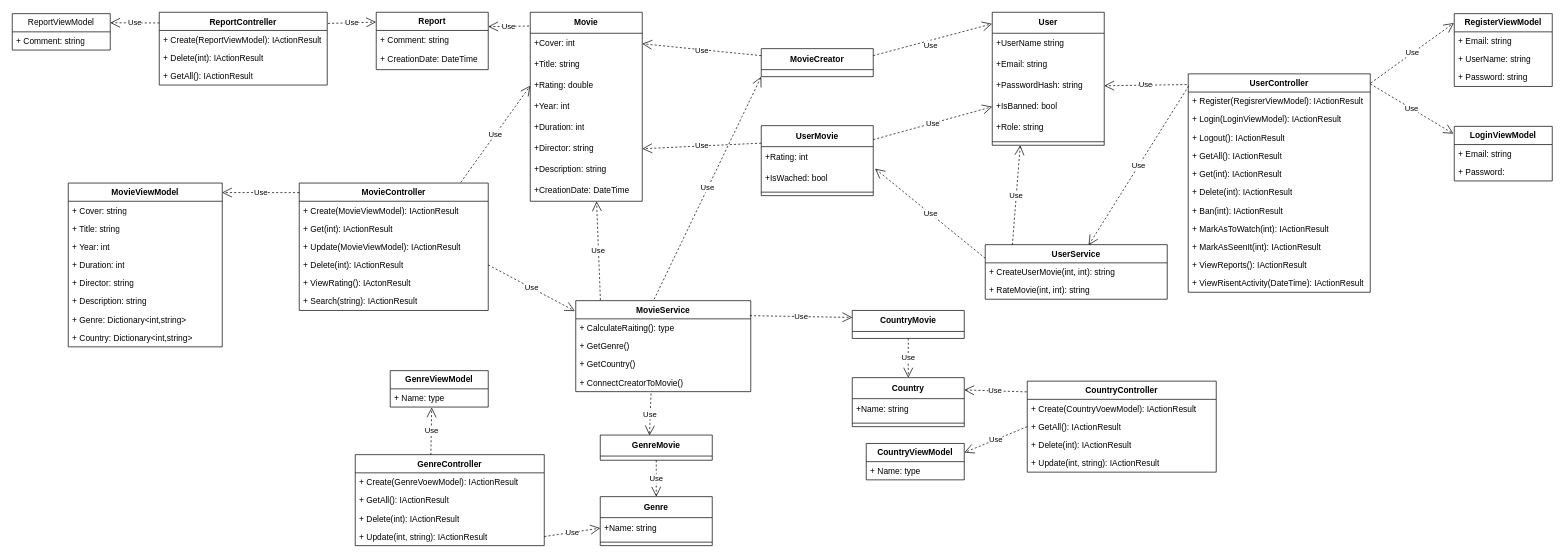
The draw.io diagram page "Page-1" (1 of 2) of Requirements/StaticModel/ClassDiagram.drawio in KavomanyOrganization/MovieList, before the edit. Source tidied: cells renumbered, new cells numbered last; positions are measured from the earlier drawing's top-left corner, leaving out a move shared by most shapes. Both pictures are drawn from the tidied source at 70%, with x=0, y=0 at pixel (12, 12).
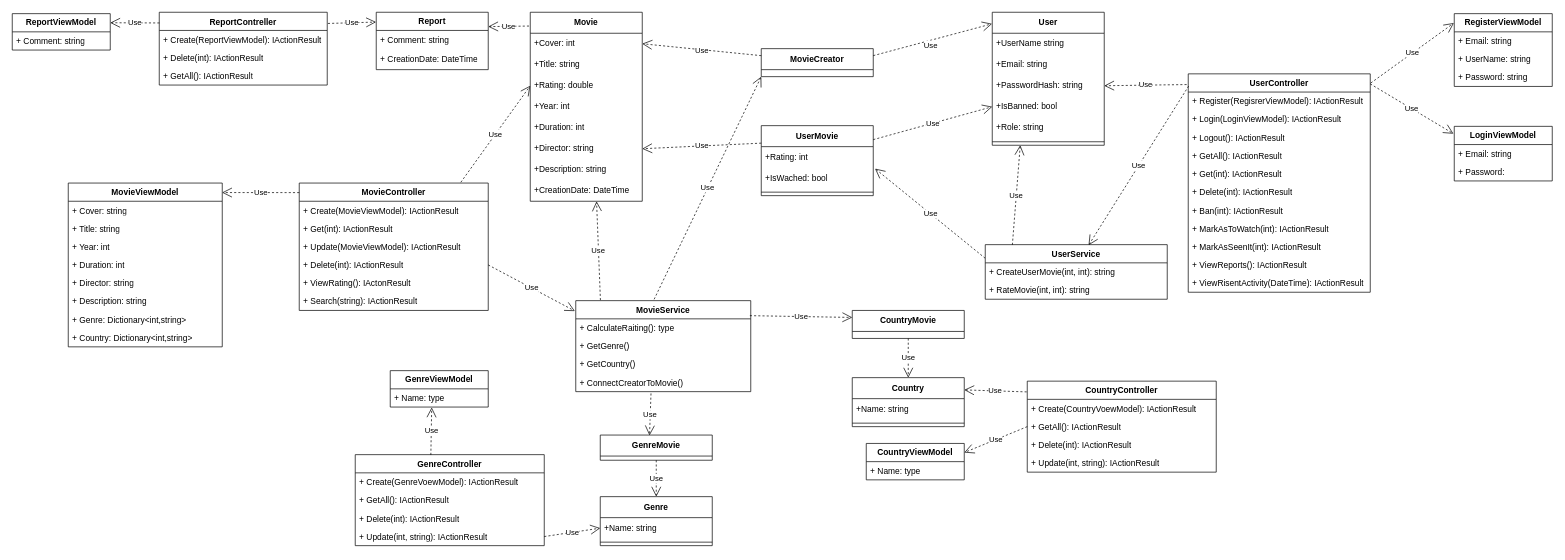
The same page after the edit.

Commit message:
Change class name font to bold

Change to the diagram source:
```diff
@@
-    <mxCell id="115" value="ReportViewModel" style="swimlane;fontStyle=0;horizontal=1;startSize=26;fillColor=none;whiteSpace=wrap;html=1;" parent="1" vertex="1">
+    <mxCell id="115" value="&lt;b&gt;ReportViewModel&lt;/b&gt;" style="swimlane;fontStyle=0;horizontal=1;startSize=26;fillColor=none;whiteSpace=wrap;html=1;" parent="1" vertex="1">
       <mxGeometry y="2" width="140" height="52" as="geometry" />
     </mxCell>
```
